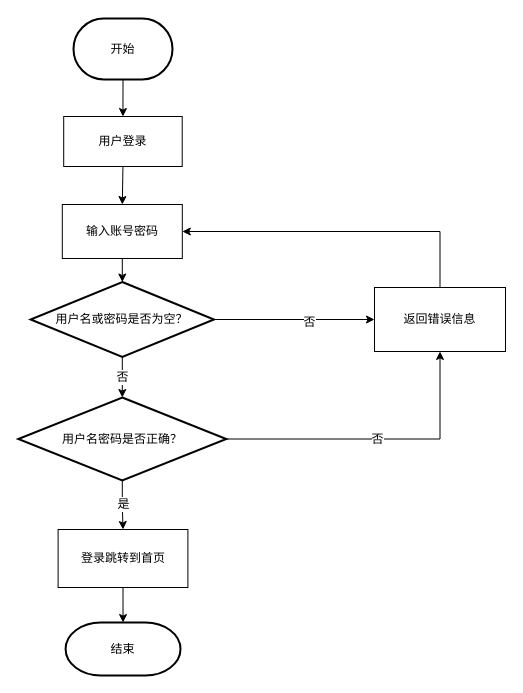
Before: 登录模块流程图.drawio in FanDoggie/github-slideshow, a draw.io diagram. Source tidied: cells renumbered, new cells numbered last; positions are measured from the earlier drawing's top-left corner, leaving out a move shared by most shapes. Both pictures are drawn from the tidied source at 100%, with x=0, y=0 at pixel (18, 18).
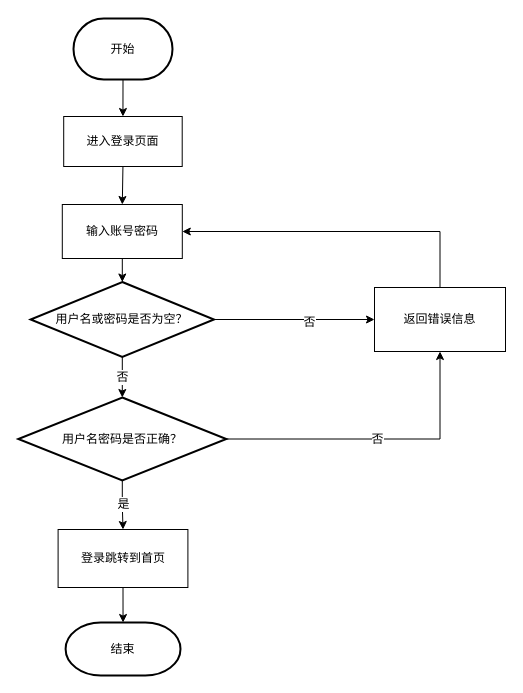
After the change.

Commit message:
更新登录模块流程图.drawio

The edit, as a diff of the source:
```diff
@@
 <mxGraphModel>
   <root>
     <mxCell id="0" />
     <mxCell id="1" parent="0" />
     <mxCell id="2" style="edgeStyle=orthogonalEdgeStyle;rounded=0;jettySize=auto;html=1;exitX=0.5;exitY=1;exitDx=0;exitDy=0;exitPerimeter=0;entryX=0.5;entryY=0;entryDx=0;entryDy=0;" parent="1" edge="1" source="3" target="5">
       <mxGeometry relative="1" as="geometry" />
     </mxCell>
     <mxCell id="3" value="开始" style="strokeWidth=2;html=1;shape=mxgraph.flowchart.terminator;whiteSpace=wrap;fontSize=12;" parent="1" vertex="1">
       <mxGeometry x="55" width="99" height="61" as="geometry" />
     </mxCell>
     <mxCell id="4" style="edgeStyle=orthogonalEdgeStyle;rounded=0;jettySize=auto;html=1;exitX=0.5;exitY=1;exitDx=0;exitDy=0;entryX=0.5;entryY=0;entryDx=0;entryDy=0;" parent="1" edge="1" source="5" target="19">
       <mxGeometry relative="1" as="geometry" />
     </mxCell>
-    <mxCell id="5" value="用户登录" style="rounded=0;whiteSpace=wrap;html=1;fontSize=12;" parent="1" vertex="1">
+    <mxCell id="5" value="进入登录页面" style="rounded=0;whiteSpace=wrap;html=1;fontSize=12;" parent="1" vertex="1">
       <mxGeometry x="45.2" y="98" width="118.5" height="50" as="geometry" />
     </mxCell>
     <mxCell id="6" value="否" style="edgeStyle=orthogonalEdgeStyle;rounded=0;jettySize=auto;html=1;exitX=0.5;exitY=1;exitDx=0;exitDy=0;exitPerimeter=0;entryX=0.5;entryY=0;entryDx=0;entryDy=0;entryPerimeter=0;fontSize=12;" parent="1" edge="1" source="9" target="12">
       <mxGeometry relative="1" as="geometry" />
     </mxCell>
     <mxCell id="7" style="edgeStyle=orthogonalEdgeStyle;rounded=0;jettySize=auto;html=1;exitX=1;exitY=0.5;exitDx=0;exitDy=0;exitPerimeter=0;" parent="1" edge="1" source="9" target="14">
       <mxGeometry relative="1" as="geometry" />
     </mxCell>
     <mxCell id="8" value="否" style="edgeLabel;html=1;align=center;verticalAlign=middle;fontSize=12;" parent="7" vertex="1">
       <mxGeometry x="0.19" y="-2" relative="1" as="geometry" />
     </mxCell>
     <mxCell id="9" value="&lt;font style=&quot;font-size: 12px;&quot;&gt;用户名或密码是否为空？&lt;/font&gt;" style="strokeWidth=2;html=1;shape=mxgraph.flowchart.decision;whiteSpace=wrap;fontSize=12;" parent="1" vertex="1">
       <mxGeometry x="12.1" y="263.5" width="183.4" height="75" as="geometry" />
     </mxCell>
     <mxCell id="10" value="是" style="edgeStyle=orthogonalEdgeStyle;rounded=0;jettySize=auto;html=1;exitX=0.5;exitY=1;exitDx=0;exitDy=0;exitPerimeter=0;entryX=0.5;entryY=0;entryDx=0;entryDy=0;fontSize=12;" parent="1" edge="1" source="12" target="16">
       <mxGeometry relative="1" as="geometry" />
     </mxCell>
     <mxCell id="11" value="否" style="edgeStyle=orthogonalEdgeStyle;rounded=0;jettySize=auto;html=1;exitX=1;exitY=0.5;exitDx=0;exitDy=0;exitPerimeter=0;entryX=0.5;entryY=1;entryDx=0;entryDy=0;fontSize=12;" parent="1" edge="1" source="12" target="14">
       <mxGeometry relative="1" as="geometry" />
     </mxCell>
     <mxCell id="12" value="&lt;font style=&quot;font-size: 12px;&quot;&gt;用户名密码是否正确？&lt;/font&gt;" style="strokeWidth=2;html=1;shape=mxgraph.flowchart.decision;whiteSpace=wrap;fontSize=12;" parent="1" vertex="1">
       <mxGeometry x="-0.2" y="379" width="208" height="83" as="geometry" />
     </mxCell>
     <mxCell id="13" style="edgeStyle=orthogonalEdgeStyle;rounded=0;jettySize=auto;html=1;exitX=0.5;exitY=0;exitDx=0;exitDy=0;entryX=1;entryY=0.5;entryDx=0;entryDy=0;" parent="1" edge="1" source="14" target="19">
       <mxGeometry relative="1" as="geometry" />
     </mxCell>
     <mxCell id="14" value="返回错误信息" style="rounded=0;whiteSpace=wrap;html=1;fontSize=12;" parent="1" vertex="1">
       <mxGeometry x="356" y="269" width="131" height="64" as="geometry" />
     </mxCell>
     <mxCell id="15" style="edgeStyle=orthogonalEdgeStyle;rounded=0;jettySize=auto;html=1;exitX=0.5;exitY=1;exitDx=0;exitDy=0;entryX=0.5;entryY=0;entryDx=0;entryDy=0;entryPerimeter=0;" parent="1" edge="1" source="16" target="17">
       <mxGeometry relative="1" as="geometry" />
     </mxCell>
     <mxCell id="16" value="登录跳转到首页" style="rounded=0;whiteSpace=wrap;html=1;fontSize=12;" parent="1" vertex="1">
       <mxGeometry x="39.6" y="511" width="129.8" height="58" as="geometry" />
     </mxCell>
     <mxCell id="17" value="结束" style="strokeWidth=2;html=1;shape=mxgraph.flowchart.terminator;whiteSpace=wrap;fontSize=12;" parent="1" vertex="1">
       <mxGeometry x="47.1" y="604" width="114.9" height="53" as="geometry" />
     </mxCell>
     <mxCell id="18" style="edgeStyle=orthogonalEdgeStyle;rounded=0;jettySize=auto;html=1;exitX=0.5;exitY=1;exitDx=0;exitDy=0;entryX=0.5;entryY=0;entryDx=0;entryDy=0;entryPerimeter=0;" parent="1" edge="1" source="19" target="9">
       <mxGeometry relative="1" as="geometry" />
     </mxCell>
     <mxCell id="19" value="输入账号密码" style="rounded=0;whiteSpace=wrap;html=1;fontSize=12;" parent="1" vertex="1">
       <mxGeometry x="43.8" y="186" width="120" height="54" as="geometry" />
     </mxCell>
   </root>
 </mxGraphModel>
```
